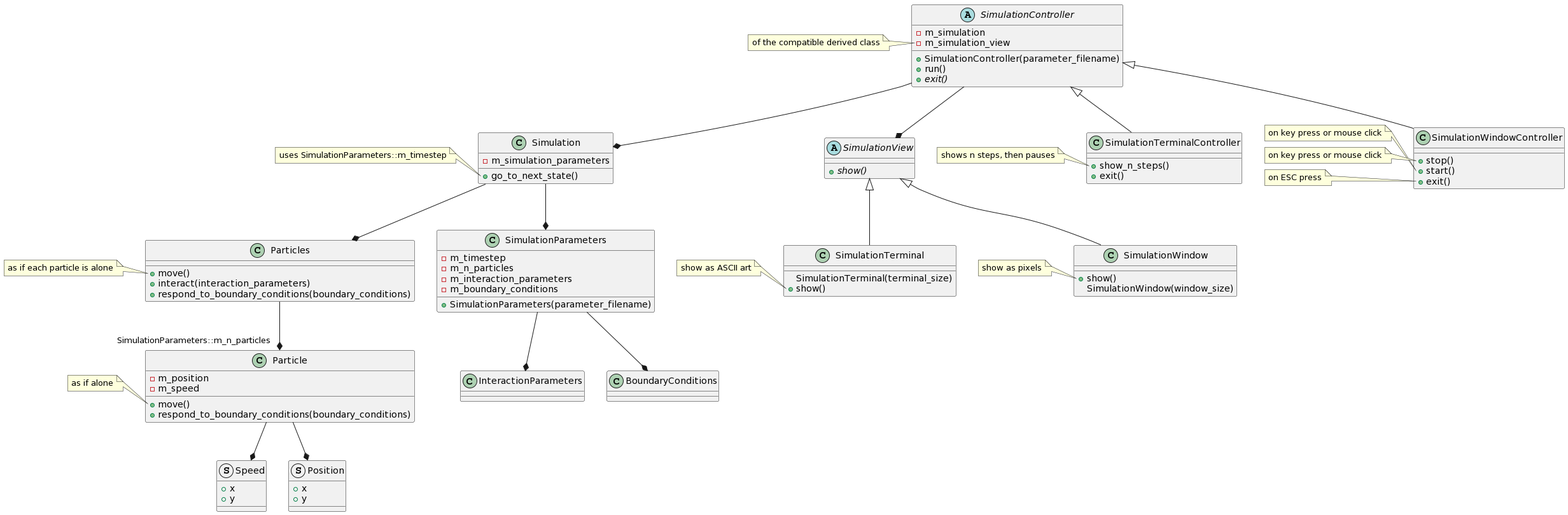
Before: design/class_diagram.png, a diagram exported from PlantUML (programming-formalisms/programming_formalisms_example_project).
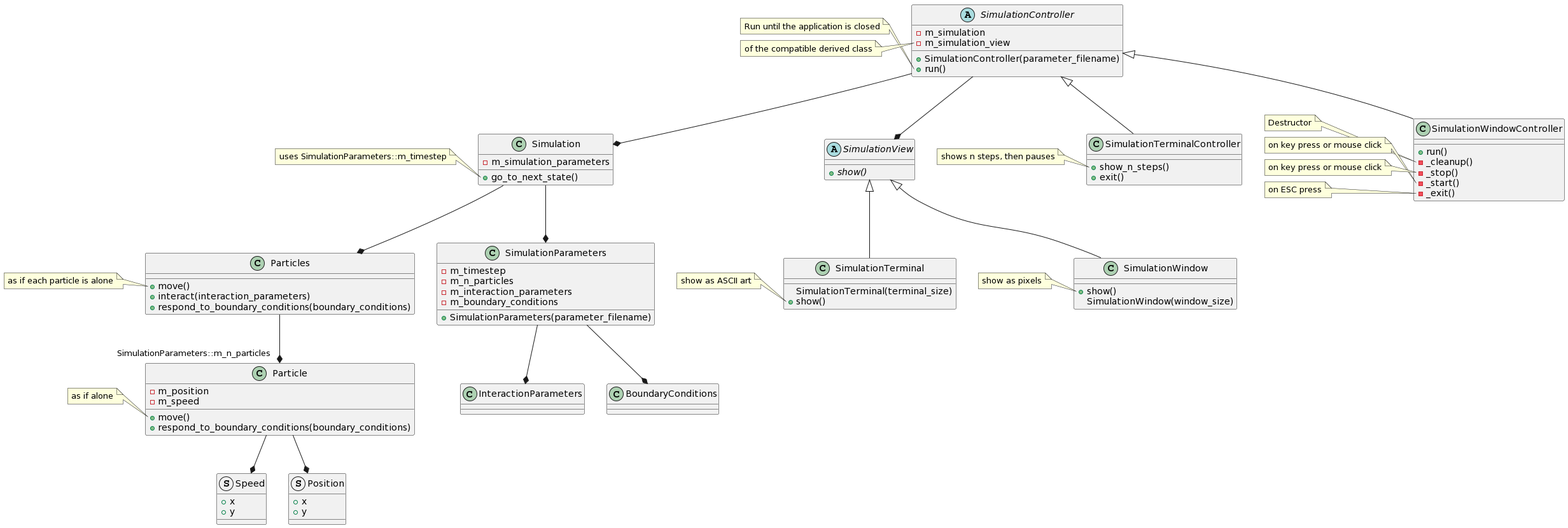
The same diagram one commit later.

What changed in the source:
```diff
@@ -111,10 +111,13 @@
 abstract class SimulationController {
   + SimulationController(parameter_filename)
   + run()
-  + {abstract} exit()
   - m_simulation
   - m_simulation_view
 }
+
+note left of SimulationController::run
+  Run until the application is closed
+end note
 
 note left of SimulationController::m_simulation_view
   of the compatible derived class
@@ -132,10 +135,16 @@
 
 
 class SimulationWindowController {
-  + stop()
-  + start()
-  + exit()
+  + run()
+  - _cleanup()
+  - _stop()
+  - _start()
+  - _exit()
 }
+
+note left of SimulationWindowController::cleanup
+  Destructor
+end note
 
 note left of SimulationWindowController::start
   on key press or mouse click
```
